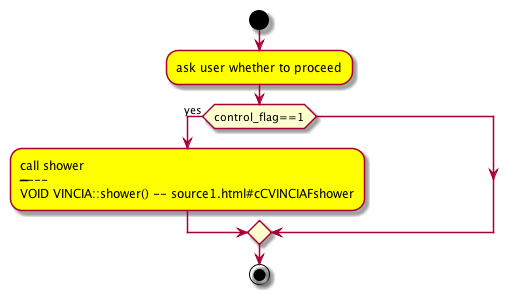
Earlier version of the PlantUML export flowdoc/aux_files/cFmain1.png (jlopezvi/Flowgen). The source it was exported from:
```plantuml
@startuml

start
:#yellow:ask user whether to proceed;

if (control_flag==1) then(yes)
   :#yellow:call shower\n--------\nVOID VINCIA::shower() -- [[source1.html#cCVINCIAFshower]]\n;
else
endif


stop

@enduml
```
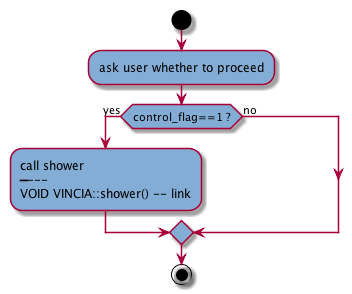
Later version of the same file.

The edit, as a diff of the source:
```diff
@@ -1,11 +1,12 @@
 @startuml
 
 start
-:#yellow:ask user whether to proceed;
+ skinparam activityBackgroundColor #84add6
+:#84add6:ask user whether to proceed;
 
-if (control_flag==1) then(yes)
-   :#yellow:call shower\n--------\nVOID VINCIA::shower() -- [[source1.html#cCVINCIAFshower]]\n;
-else
+if (control_flag==1 ?) then(yes)
+   :#84add6:call shower\n--------\nVOID VINCIA::shower() -- [[source1.html#cCVINCIAFshower link]]\n;
+else(no)
 endif
 
 
```
